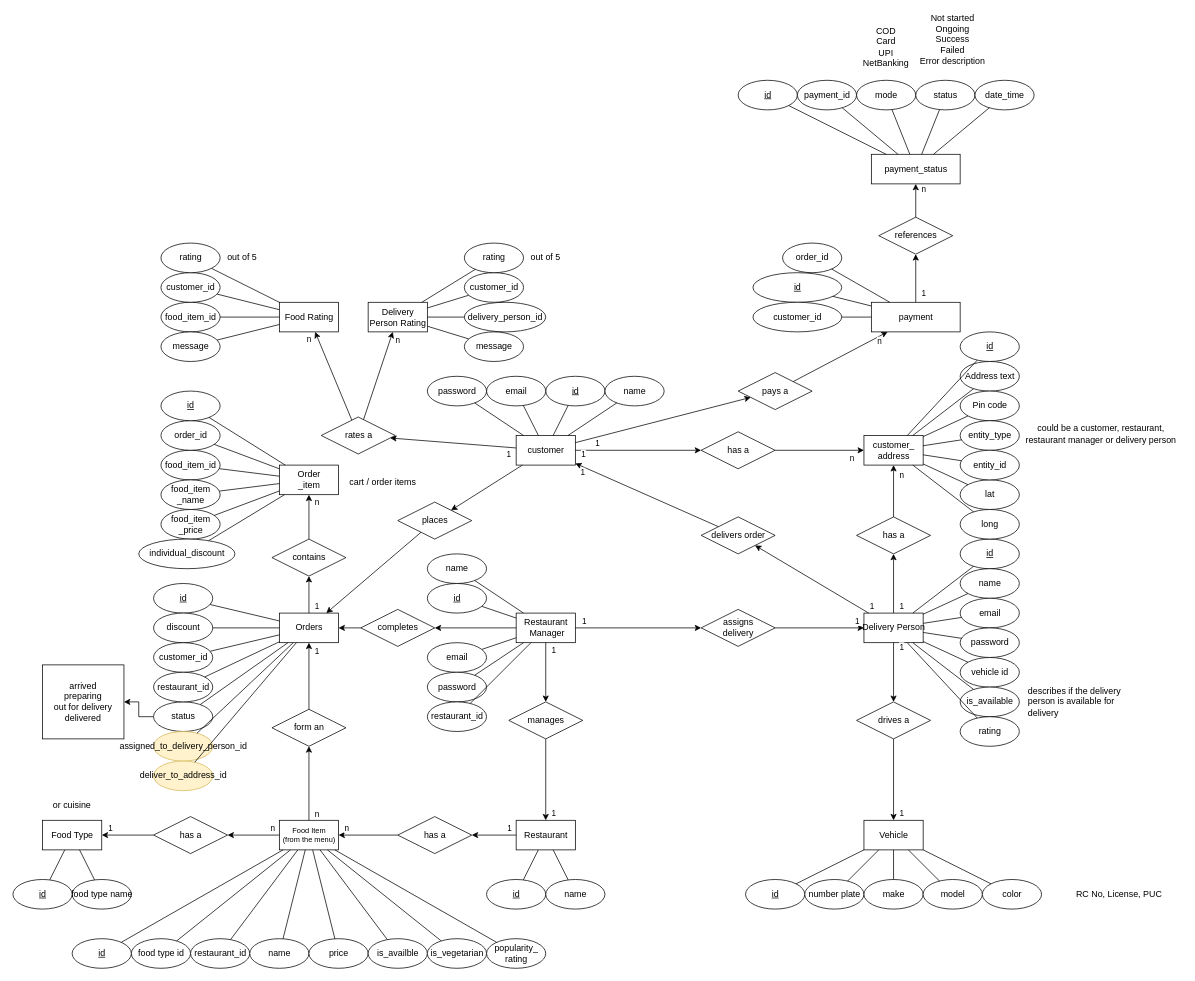
callofthewild/hunger-buzz keeps this draw.io diagram as diagrams/ER/ER diagram.drawio. Above is the earlier version. Source tidied: cells renumbered, new cells numbered last; positions are measured from the earlier drawing's top-left corner, leaving out a move shared by most shapes. Both pictures are drawn from the tidied source at 74%, with x=0, y=0 at pixel (13, 13).
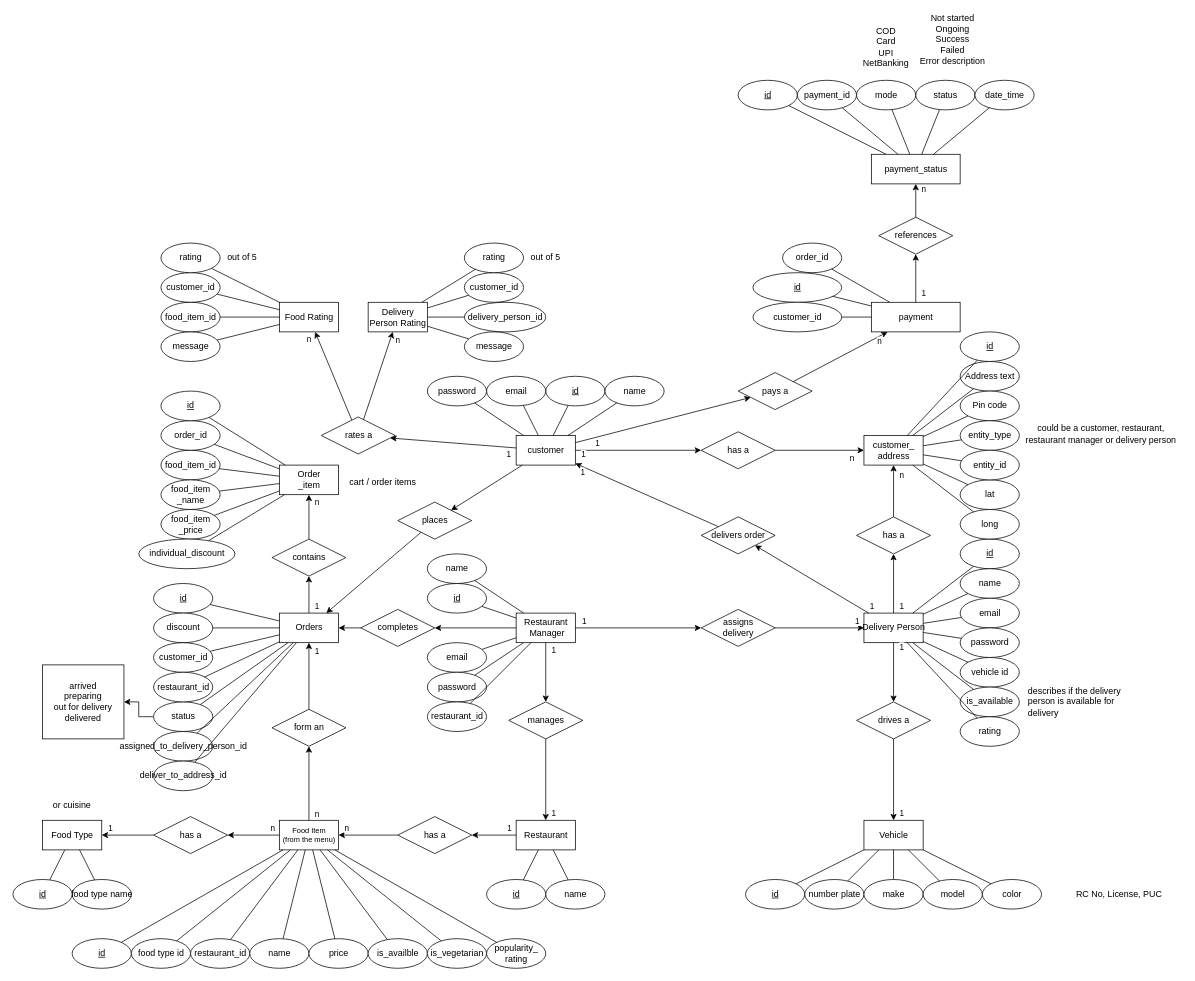
The same page after the edit.

Commit message:
Update ER diagram - remove color of few nodes

What changed in the source:
```diff
@@
-    <mxCell id="234" value="assigned_to_delivery_person_id" style="ellipse;html=1;fillColor=#fff2cc;strokeColor=#d6b656;" parent="1" vertex="1">
+    <mxCell id="234" value="assigned_to_delivery_person_id" style="ellipse;html=1;" parent="1" vertex="1">
       <mxGeometry x="190" y="970" width="80" height="40" as="geometry" />
     </mxCell>
-    <mxCell id="235" value="deliver_to_address_id" style="ellipse;html=1;fillColor=#fff2cc;strokeColor=#d6b656;" parent="1" vertex="1">
+    <mxCell id="235" value="deliver_to_address_id" style="ellipse;html=1;" parent="1" vertex="1">
       <mxGeometry x="190" y="1010" width="80" height="40" as="geometry" />
     </mxCell>
```
